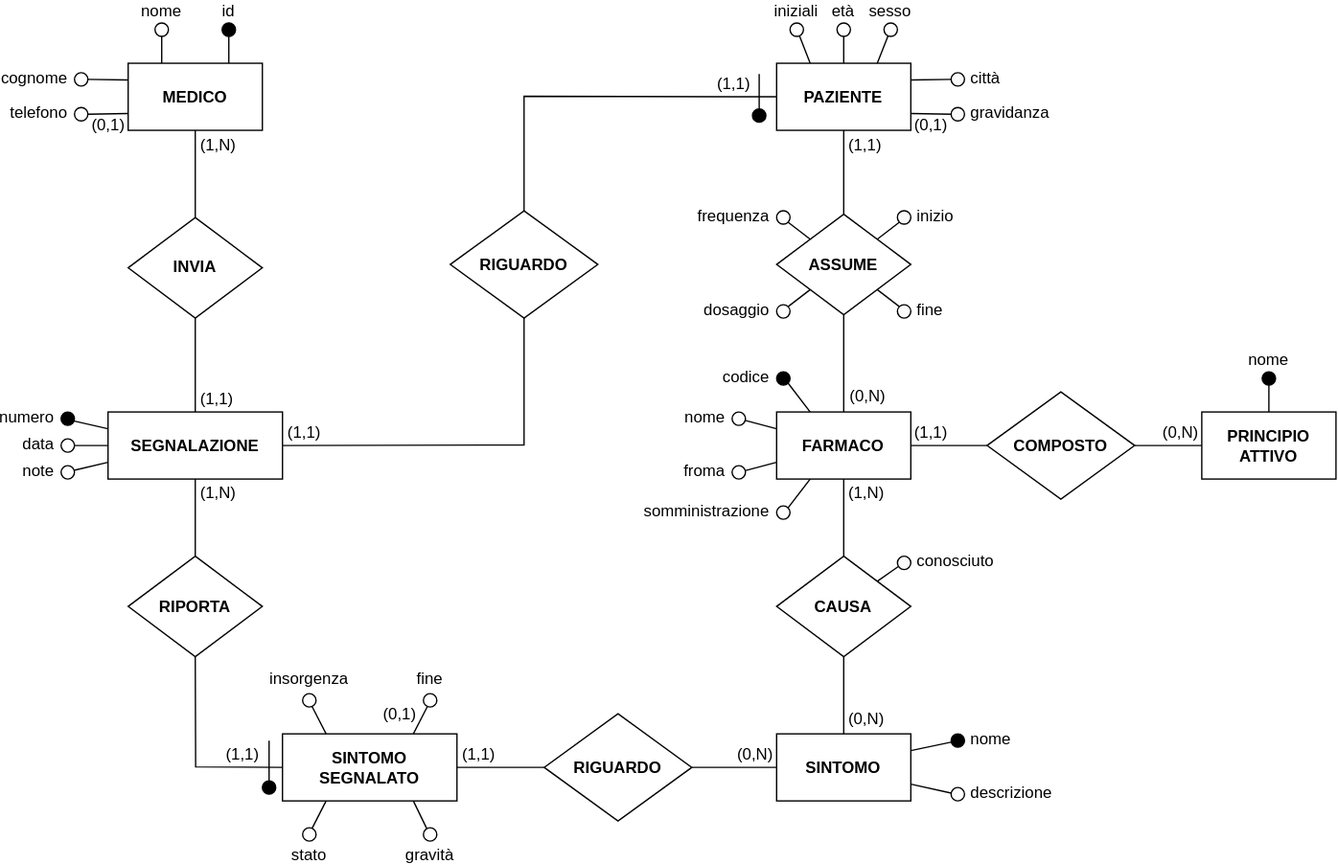
This is schematics/diagram.svg from MatteoCarnelos/DB-SEA, a draw.io export, as it was before one commit. Source tidied: cells renumbered, new cells last; positions are measured from the earlier drawing's top-left corner, leaving out a move shared by most shapes.
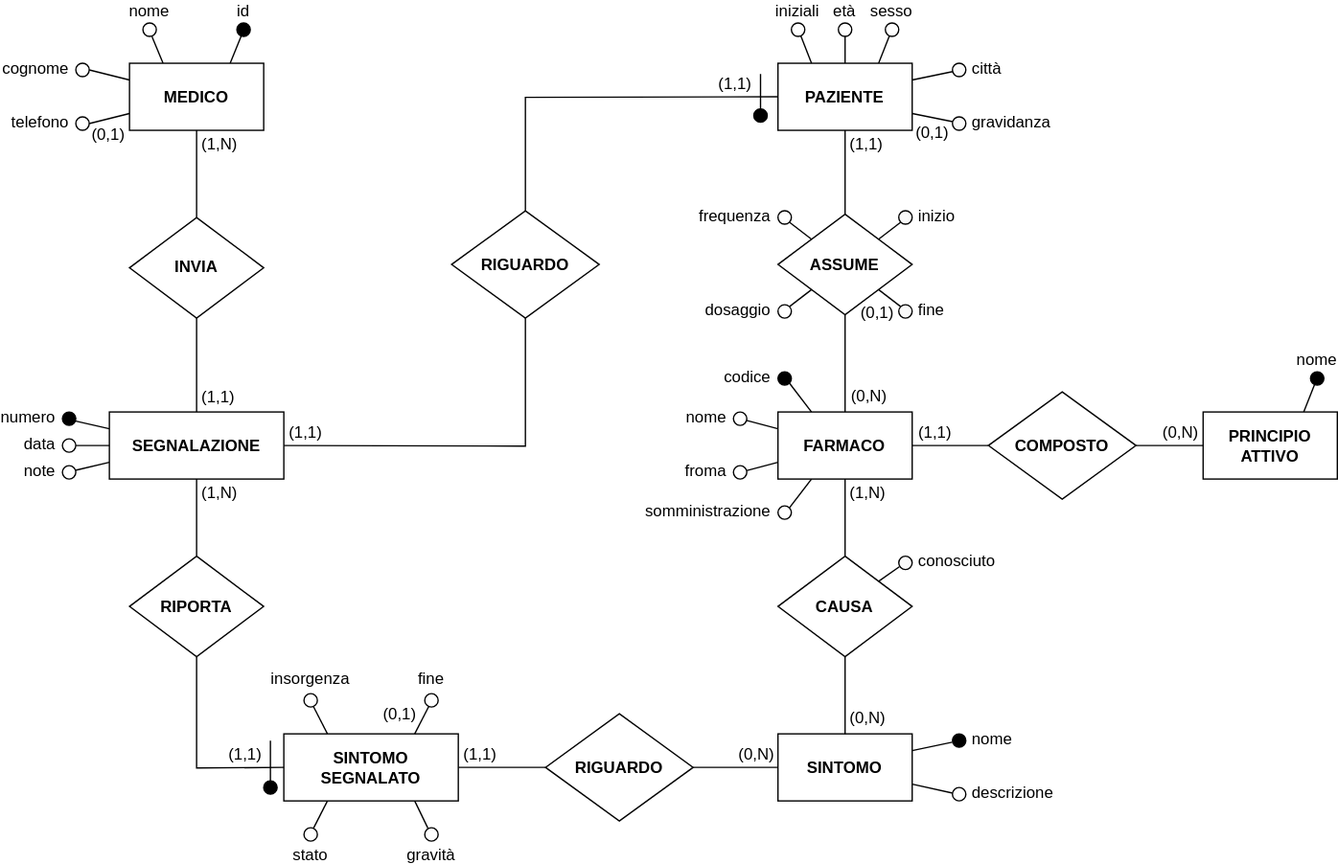
Later version of the same file.

What changed in the source:
```diff
@@ -2,10 +2,18 @@
   <root>
     <mxCell id="0" />
     <mxCell id="1" parent="0" />
+    <mxCell id="46" style="edgeStyle=none;rounded=0;comic=0;jumpStyle=none;jumpSize=6;jettySize=auto;html=1;exitX=1;exitY=1;exitDx=0;exitDy=0;entryX=0;entryY=0;entryDx=0;entryDy=0;endArrow=none;endFill=0;" parent="1" edge="1" source="47" target="49">
+      <mxGeometry relative="1" as="geometry" />
+    </mxCell>
+    <mxCell id="107" value="(0,1)" style="text;html=1;align=center;verticalAlign=top;labelBackgroundColor=#ffffff;labelPosition=center;verticalLabelPosition=bottom;" parent="46" vertex="1">
+      <mxGeometry x="-0.14" y="1" relative="1" as="geometry">
+        <mxPoint x="-9" y="-1" as="offset" />
+      </mxGeometry>
+    </mxCell>
-    <mxCell id="2" style="rounded=0;comic=0;jumpStyle=none;jumpSize=6;jettySize=auto;html=1;exitX=0.75;exitY=0;exitDx=0;exitDy=0;entryX=0.5;entryY=1;entryDx=0;entryDy=0;endArrow=none;endFill=0;" parent="1" edge="1" source="7" target="8">
+    <mxCell id="2" style="rounded=0;comic=0;jumpStyle=none;jumpSize=6;jettySize=auto;html=1;exitX=0.75;exitY=0;exitDx=0;exitDy=0;entryX=0.319;entryY=0.977;entryDx=0;entryDy=0;endArrow=none;endFill=0;entryPerimeter=0;" parent="1" edge="1" source="7" target="8">
       <mxGeometry relative="1" as="geometry" />
     </mxCell>
-    <mxCell id="3" style="edgeStyle=none;rounded=0;comic=0;jumpStyle=none;jumpSize=6;jettySize=auto;html=1;exitX=0.25;exitY=0;exitDx=0;exitDy=0;entryX=0.5;entryY=1;entryDx=0;entryDy=0;endArrow=none;endFill=0;" parent="1" edge="1" source="7" target="9">
+    <mxCell id="3" style="edgeStyle=none;rounded=0;comic=0;jumpStyle=none;jumpSize=6;jettySize=auto;html=1;exitX=0.25;exitY=0;exitDx=0;exitDy=0;entryX=0.677;entryY=1.01;entryDx=0;entryDy=0;endArrow=none;endFill=0;entryPerimeter=0;" parent="1" edge="1" source="7" target="9">
       <mxGeometry relative="1" as="geometry" />
     </mxCell>
     <mxCell id="4" style="edgeStyle=none;rounded=0;comic=0;jumpStyle=none;jumpSize=6;jettySize=auto;html=1;exitX=0;exitY=0.25;exitDx=0;exitDy=0;entryX=1;entryY=0.5;entryDx=0;entryDy=0;endArrow=none;endFill=0;" parent="1" edge="1" source="7" target="10">
@@ -16,23 +24,23 @@
     </mxCell>
     <mxCell id="6" value="(0,1)" style="text;html=1;align=center;verticalAlign=top;labelBackgroundColor=#ffffff;labelPosition=center;verticalLabelPosition=bottom;spacing=0;" parent="5" vertex="1">
       <mxGeometry relative="1" as="geometry">
-        <mxPoint x="0.1" y="-3.8" as="offset" />
+        <mxPoint x="-0.9" y="0.2" as="offset" />
       </mxGeometry>
     </mxCell>
     <mxCell id="7" value="&lt;b&gt;MEDICO&lt;br&gt;&lt;/b&gt;" style="whiteSpace=wrap;html=1;align=center;" parent="1" vertex="1">
       <mxGeometry x="50" y="29.6" width="100" height="50" as="geometry" />
     </mxCell>
     <mxCell id="8" value="id" style="ellipse;whiteSpace=wrap;html=1;fillColor=#000000;labelPosition=center;verticalLabelPosition=top;align=center;verticalAlign=bottom;" parent="1" vertex="1">
-      <mxGeometry x="120" y="-0.4" width="10" height="10" as="geometry" />
+      <mxGeometry x="130" y="-0.4" width="10" height="10" as="geometry" />
     </mxCell>
     <mxCell id="9" value="nome" style="ellipse;whiteSpace=wrap;html=1;fillColor=#ffffff;labelPosition=center;verticalLabelPosition=top;align=center;verticalAlign=bottom;spacing=2;" parent="1" vertex="1">
-      <mxGeometry x="70" y="-0.4" width="10" height="10" as="geometry" />
+      <mxGeometry x="60" y="-0.4" width="10" height="10" as="geometry" />
     </mxCell>
     <mxCell id="10" value="cognome" style="ellipse;whiteSpace=wrap;html=1;fillColor=#ffffff;textDirection=ltr;align=right;labelPosition=left;verticalLabelPosition=middle;verticalAlign=middle;spacing=5;spacingBottom=2;" parent="1" vertex="1">
-      <mxGeometry x="10" y="36.6" width="10" height="10" as="geometry" />
+      <mxGeometry x="10" y="29.6" width="10" height="10" as="geometry" />
     </mxCell>
     <mxCell id="11" value="telefono" style="ellipse;whiteSpace=wrap;html=1;fillColor=#ffffff;textDirection=ltr;align=right;labelPosition=left;verticalLabelPosition=middle;verticalAlign=middle;spacing=5;spacingBottom=2;" parent="1" vertex="1">
-      <mxGeometry x="10" y="62.6" width="10" height="10" as="geometry" />
+      <mxGeometry x="10" y="69.6" width="10" height="10" as="geometry" />
     </mxCell>
     <mxCell id="12" style="rounded=0;jettySize=auto;html=1;exitX=0.5;exitY=0;exitDx=0;exitDy=0;entryX=0.5;entryY=1;entryDx=0;entryDy=0;endArrow=none;endFill=0;spacing=2;spacingTop=0;labelPosition=center;verticalLabelPosition=middle;align=center;verticalAlign=middle;edgeStyle=orthogonalEdgeStyle;" parent="1" edge="1" source="16" target="7">
       <mxGeometry relative="1" as="geometry" />
@@ -110,22 +118,22 @@
     <mxCell id="33" value="sesso" style="ellipse;whiteSpace=wrap;html=1;fillColor=#ffffff;labelPosition=center;verticalLabelPosition=top;align=center;verticalAlign=bottom;spacing=2;" parent="1" vertex="1">
       <mxGeometry x="613.2" y="-0.4" width="10" height="10" as="geometry" />
     </mxCell>
-    <mxCell id="34" style="edgeStyle=none;rounded=0;comic=0;jumpStyle=none;jumpSize=6;jettySize=auto;html=1;exitX=0;exitY=0.5;exitDx=0;exitDy=0;entryX=1;entryY=0.25;entryDx=0;entryDy=0;endArrow=none;endFill=0;" parent="1" edge="1" source="35" target="28">
+    <mxCell id="34" style="edgeStyle=none;rounded=0;comic=0;jumpStyle=none;jumpSize=6;jettySize=auto;html=1;exitX=0.015;exitY=0.622;exitDx=0;exitDy=0;entryX=1;entryY=0.25;entryDx=0;entryDy=0;endArrow=none;endFill=0;exitPerimeter=0;" parent="1" edge="1" source="35" target="28">
       <mxGeometry relative="1" as="geometry" />
     </mxCell>
     <mxCell id="35" value="città" style="ellipse;whiteSpace=wrap;html=1;fillColor=#FAFAFA;labelPosition=right;verticalLabelPosition=middle;align=left;verticalAlign=middle;spacing=5;spacingBottom=2;" parent="1" vertex="1">
-      <mxGeometry x="663.2" y="36.6" width="10" height="10" as="geometry" />
+      <mxGeometry x="663.2" y="29.6" width="10" height="10" as="geometry" />
     </mxCell>
-    <mxCell id="36" style="edgeStyle=none;rounded=0;comic=0;jumpStyle=none;jumpSize=6;jettySize=auto;html=1;exitX=0;exitY=0.5;exitDx=0;exitDy=0;entryX=1;entryY=0.75;entryDx=0;entryDy=0;endArrow=none;endFill=0;" parent="1" edge="1" source="38" target="28">
+    <mxCell id="36" style="edgeStyle=none;rounded=0;comic=0;jumpStyle=none;jumpSize=6;jettySize=auto;html=1;exitX=0.015;exitY=0.351;exitDx=0;exitDy=0;entryX=1;entryY=0.75;entryDx=0;entryDy=0;endArrow=none;endFill=0;exitPerimeter=0;" parent="1" edge="1" source="38" target="28">
       <mxGeometry relative="1" as="geometry" />
     </mxCell>
     <mxCell id="37" value="(0,1)" style="text;html=1;align=center;verticalAlign=top;labelBackgroundColor=#ffffff;labelPosition=center;verticalLabelPosition=bottom;spacing=0;" parent="36" vertex="1">
       <mxGeometry x="0.04" relative="1" as="geometry">
-        <mxPoint y="-3.7" as="offset" />
+        <mxPoint y="0.3" as="offset" />
       </mxGeometry>
     </mxCell>
     <mxCell id="38" value="gravidanza" style="ellipse;whiteSpace=wrap;html=1;fillColor=#FAFAFA;spacingBottom=2;labelPosition=right;verticalLabelPosition=middle;align=left;verticalAlign=middle;spacing=5;" parent="1" vertex="1">
-      <mxGeometry x="663.2" y="62.6" width="10" height="10" as="geometry" />
+      <mxGeometry x="663.2" y="69.6" width="10" height="10" as="geometry" />
     </mxCell>
     <mxCell id="39" style="edgeStyle=none;rounded=0;comic=0;jumpStyle=none;jumpSize=6;jettySize=auto;html=1;exitX=0.5;exitY=1;exitDx=0;exitDy=0;entryX=0.5;entryY=0;entryDx=0;entryDy=0;endArrow=none;endFill=0;" parent="1" edge="1" source="40" target="28">
       <mxGeometry relative="1" as="geometry" />
@@ -150,9 +158,6 @@
     <mxCell id="45" style="edgeStyle=none;rounded=0;comic=0;jumpStyle=none;jumpSize=6;jettySize=auto;html=1;exitX=1;exitY=0;exitDx=0;exitDy=0;entryX=0;entryY=1;entryDx=0;entryDy=0;endArrow=none;endFill=0;" parent="1" edge="1" source="47" target="48">
       <mxGeometry relative="1" as="geometry" />
     </mxCell>
-    <mxCell id="46" style="edgeStyle=none;rounded=0;comic=0;jumpStyle=none;jumpSize=6;jettySize=auto;html=1;exitX=1;exitY=1;exitDx=0;exitDy=0;entryX=0;entryY=0;entryDx=0;entryDy=0;endArrow=none;endFill=0;" parent="1" edge="1" source="47" target="49">
-      <mxGeometry relative="1" as="geometry" />
-    </mxCell>
     <mxCell id="47" value="&lt;b&gt;ASSUME&lt;/b&gt;" style="rhombus;whiteSpace=wrap;html=1;" parent="1" vertex="1">
       <mxGeometry x="533.2" y="142.1" width="100" height="75" as="geometry" />
     </mxCell>
@@ -183,7 +188,7 @@
     <mxCell id="56" value="nome" style="ellipse;whiteSpace=wrap;html=1;fillColor=#FFFFFF;textDirection=ltr;align=right;labelPosition=left;verticalLabelPosition=middle;verticalAlign=middle;spacing=5;spacingBottom=2;" parent="1" vertex="1">
       <mxGeometry x="500" y="289.6" width="10" height="10" as="geometry" />
     </mxCell>
-    <mxCell id="57" style="edgeStyle=none;rounded=0;jettySize=auto;html=1;exitX=0.5;exitY=0;exitDx=0;exitDy=0;entryX=0.5;entryY=1;entryDx=0;entryDy=0;endArrow=none;endFill=0;" parent="1" edge="1" source="58" target="106">
+    <mxCell id="57" style="edgeStyle=none;rounded=0;jettySize=auto;html=1;exitX=0.75;exitY=0;exitDx=0;exitDy=0;entryX=0.296;entryY=0.971;entryDx=0;entryDy=0;endArrow=none;endFill=0;entryPerimeter=0;" parent="1" edge="1" source="58" target="106">
       <mxGeometry relative="1" as="geometry" />
     </mxCell>
     <mxCell id="58" value="&lt;b&gt;PRINCIPIO&lt;br&gt;ATTIVO&lt;br&gt;&lt;/b&gt;" style="whiteSpace=wrap;html=1;align=center;" parent="1" vertex="1">
@@ -194,7 +199,7 @@
     </mxCell>
     <mxCell id="60" value="(1,1)" style="text;html=1;align=center;verticalAlign=bottom;labelBackgroundColor=#ffffff;labelPosition=center;verticalLabelPosition=top;spacing=4;" parent="59" vertex="1">
       <mxGeometry x="0.52" y="1" relative="1" as="geometry">
-        <mxPoint x="1" y="-1" as="offset" />
+        <mxPoint x="2" y="-1" as="offset" />
       </mxGeometry>
     </mxCell>
     <mxCell id="61" style="edgeStyle=none;rounded=0;jettySize=auto;html=1;exitX=1;exitY=0.5;exitDx=0;exitDy=0;entryX=0;entryY=0.5;entryDx=0;entryDy=0;endArrow=none;endFill=0;" parent="1" edge="1" source="63" target="58">
@@ -202,7 +207,7 @@
     </mxCell>
     <mxCell id="62" value="(0,N)" style="text;html=1;align=center;verticalAlign=bottom;labelBackgroundColor=#ffffff;labelPosition=center;verticalLabelPosition=top;spacing=4;" parent="61" vertex="1">
       <mxGeometry x="0.08" relative="1" as="geometry">
-        <mxPoint x="6.1" as="offset" />
+        <mxPoint x="5.1" as="offset" />
       </mxGeometry>
     </mxCell>
     <mxCell id="63" value="COMPOSTO" style="rhombus;whiteSpace=wrap;html=1;fillColor=#ffffff;fontStyle=1;" parent="1" vertex="1">
@@ -311,7 +316,7 @@
     </mxCell>
     <mxCell id="93" value="(0,1)" style="text;html=1;align=right;verticalAlign=middle;labelBackgroundColor=#ffffff;labelPosition=left;verticalLabelPosition=middle;spacing=4;" parent="92" vertex="1">
       <mxGeometry x="-0.08" relative="1" as="geometry">
-        <mxPoint x="-1.1" y="-4" as="offset" />
+        <mxPoint x="-2.1" y="-4" as="offset" />
       </mxGeometry>
     </mxCell>
     <mxCell id="94" value="fine" style="ellipse;whiteSpace=wrap;html=1;fillColor=#ffffff;labelPosition=center;verticalLabelPosition=top;align=center;verticalAlign=bottom;spacing=4;" parent="1" vertex="1">
@@ -351,7 +356,7 @@
       <mxGeometry x="533.2" y="359.6" width="10" height="10" as="geometry" />
     </mxCell>
     <mxCell id="106" value="nome" style="ellipse;whiteSpace=wrap;html=1;fillColor=#000000;labelPosition=center;verticalLabelPosition=top;align=center;verticalAlign=bottom;spacing=2;" parent="1" vertex="1">
-      <mxGeometry x="895" y="259.6" width="10" height="10" as="geometry" />
+      <mxGeometry x="930" y="259.6" width="10" height="10" as="geometry" />
     </mxCell>
   </root>
 </mxGraphModel>
```
